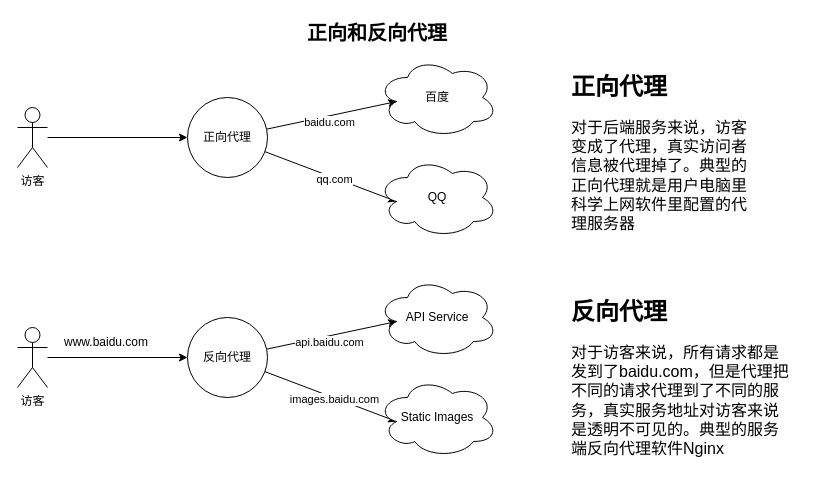
luxiao/drawio keeps this draw.io diagram as 代理.drawio. Above is the earlier version. Source tidied: cells renumbered, new cells numbered last; positions are measured from the earlier drawing's top-left corner, leaving out a move shared by most shapes. Both pictures are drawn from the tidied source at 100%, with x=0, y=0 at pixel (17, 17).
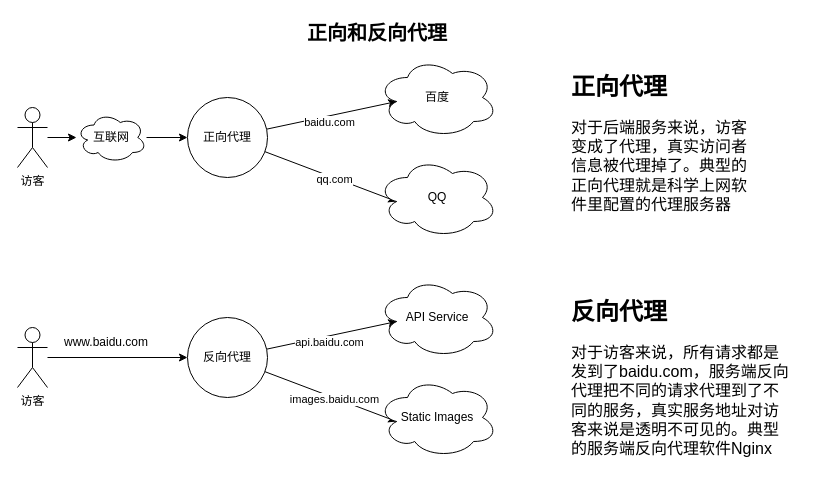
After the change.

The change refers to these unchanged cells:
```xml
<mxCell id="4" value="访客" style="shape=umlActor;verticalLabelPosition=bottom;verticalAlign=top;html=1;outlineConnect=0;" parent="1" vertex="1">
  <mxGeometry y="90" width="30" height="60" as="geometry" />
</mxCell>
<mxCell id="9" value="正向代理" style="ellipse;whiteSpace=wrap;html=1;" parent="1" vertex="1">
  <mxGeometry x="170" y="80" width="80" height="80" as="geometry" />
</mxCell>
```

Change to the diagram source:
```diff
@@
-    <mxCell id="3" style="edgeStyle=orthogonalEdgeStyle;rounded=0;jettySize=auto;html=1;entryX=0;entryY=0.5;entryDx=0;entryDy=0;" parent="1" edge="1" source="4" target="9">
+    <mxCell id="3" style="edgeStyle=orthogonalEdgeStyle;rounded=0;jettySize=auto;html=1;entryX=0;entryY=0.5;entryDx=0;entryDy=0;" parent="1" edge="1" source="25" target="9">
       <mxGeometry relative="1" as="geometry" />
     </mxCell>
@@
-    <mxCell id="12" value="&lt;h1&gt;正向代理&lt;br&gt;&lt;/h1&gt;&lt;p&gt;&lt;font style=&quot;font-size: 16px;&quot;&gt;对于后端服务来说，访客变成了代理，真实访问者信息被代理掉了。典型的正向代理就是用户电脑里科学上网软件里配置的代理服务器&lt;/font&gt;&lt;br&gt;&lt;/p&gt;" style="text;html=1;strokeColor=none;fillColor=none;spacing=5;spacingTop=-20;whiteSpace=wrap;overflow=hidden;rounded=0;" parent="1" vertex="1">
+    <mxCell id="12" value="&lt;h1&gt;正向代理&lt;br&gt;&lt;/h1&gt;&lt;p&gt;&lt;font style=&quot;font-size: 16px;&quot;&gt;对于后端服务来说，访客变成了代理，真实访问者信息被代理掉了。典型的正向代理就是科学上网软件里配置的代理服务器&lt;/font&gt;&lt;br&gt;&lt;/p&gt;" style="text;html=1;strokeColor=none;fillColor=none;spacing=5;spacingTop=-20;whiteSpace=wrap;overflow=hidden;rounded=0;" parent="1" vertex="1">
       <mxGeometry x="549" y="50" width="190" height="170" as="geometry" />
     </mxCell>
@@
-    <mxCell id="22" value="&lt;h1&gt;反向代理&lt;br&gt;&lt;/h1&gt;&lt;p&gt;&lt;font style=&quot;font-size: 16px;&quot;&gt;对于访客来说，所有请求都是发到了baidu.com，但是代理把不同的请求代理到了不同的服务，真实服务地址对访客来说是透明不可见的。典型的服务端反向代理软件Nginx&lt;/font&gt;&lt;br&gt;&lt;/p&gt;" style="text;html=1;strokeColor=none;fillColor=none;spacing=5;spacingTop=-20;whiteSpace=wrap;overflow=hidden;rounded=0;" parent="1" vertex="1">
+    <mxCell id="22" value="&lt;h1&gt;反向代理&lt;br&gt;&lt;/h1&gt;&lt;p&gt;&lt;font style=&quot;font-size: 16px;&quot;&gt;对于访客来说，所有请求都是发到了baidu.com，服务端反向代理把不同的请求代理到了不同的服务，真实服务地址对访客来说是透明不可见的。典型的服务端反向代理软件Nginx&lt;/font&gt;&lt;br&gt;&lt;/p&gt;" style="text;html=1;strokeColor=none;fillColor=none;spacing=5;spacingTop=-20;whiteSpace=wrap;overflow=hidden;rounded=0;" parent="1" vertex="1">
       <mxGeometry x="549" y="275" width="230" height="175" as="geometry" />
     </mxCell>
@@
+    <mxCell id="24" style="edgeStyle=orthogonalEdgeStyle;rounded=0;jettySize=auto;html=1;entryX=0;entryY=0.5;entryDx=0;entryDy=0;" parent="1" edge="1" source="4" target="25">
+      <mxGeometry relative="1" as="geometry" />
+    </mxCell>
+    <mxCell id="25" value="互联网" style="ellipse;shape=cloud;whiteSpace=wrap;html=1;" parent="1" vertex="1">
+      <mxGeometry x="59" y="95" width="70" height="50" as="geometry" />
+    </mxCell>
```
